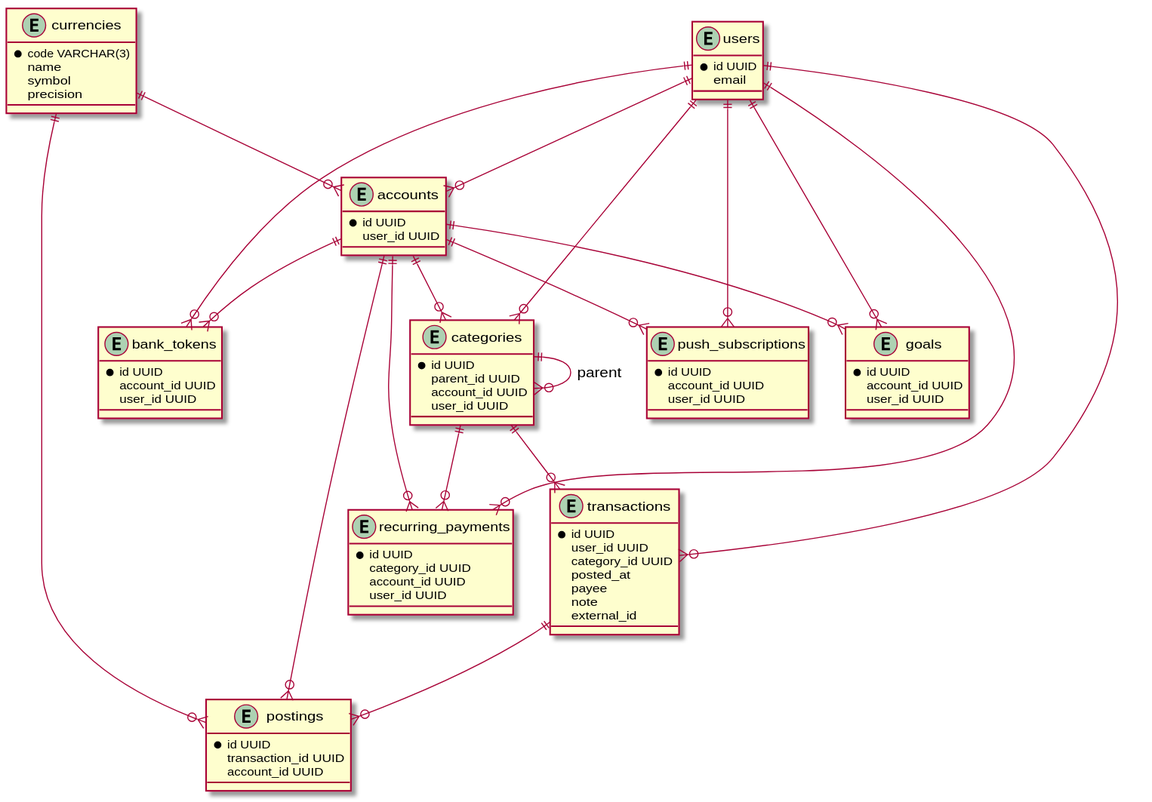
The PlantUML diagram docs/architecture/db-schema.svg in DaneliyaPavel/budget-machine, before a commit. Source of this version:
```plantuml
@startuml
entity users {
  *id UUID
  email
}
entity accounts {
  *id UUID
  user_id UUID
}
entity currencies {
  *code VARCHAR(3)
  name
  symbol
  precision
}
entity categories {
  *id UUID
  parent_id UUID
  account_id UUID
  user_id UUID
}
entity transactions {
  *id UUID
  user_id UUID
  category_id UUID
  posted_at
  payee
  note
  external_id
}
entity postings {
  *id UUID
  transaction_id UUID
  account_id UUID
}
entity goals {
  *id UUID
  account_id UUID
  user_id UUID
}
entity recurring_payments {
  *id UUID
  category_id UUID
  account_id UUID
  user_id UUID
}
entity bank_tokens {
  *id UUID
  account_id UUID
  user_id UUID
}
entity push_subscriptions {
  *id UUID
  account_id UUID
  user_id UUID
}

users ||--o{ accounts
users ||--o{ categories
users ||--o{ transactions
users ||--o{ goals
users ||--o{ recurring_payments
users ||--o{ bank_tokens
users ||--o{ push_subscriptions
accounts ||--o{ categories
accounts ||--o{ goals
accounts ||--o{ recurring_payments
accounts ||--o{ bank_tokens
accounts ||--o{ push_subscriptions
accounts ||--o{ postings
currencies ||--o{ accounts
currencies ||--o{ postings
categories ||--o{ transactions
categories ||--o{ recurring_payments
categories ||--o{ categories : parent
transactions ||--o{ postings
@enduml
```
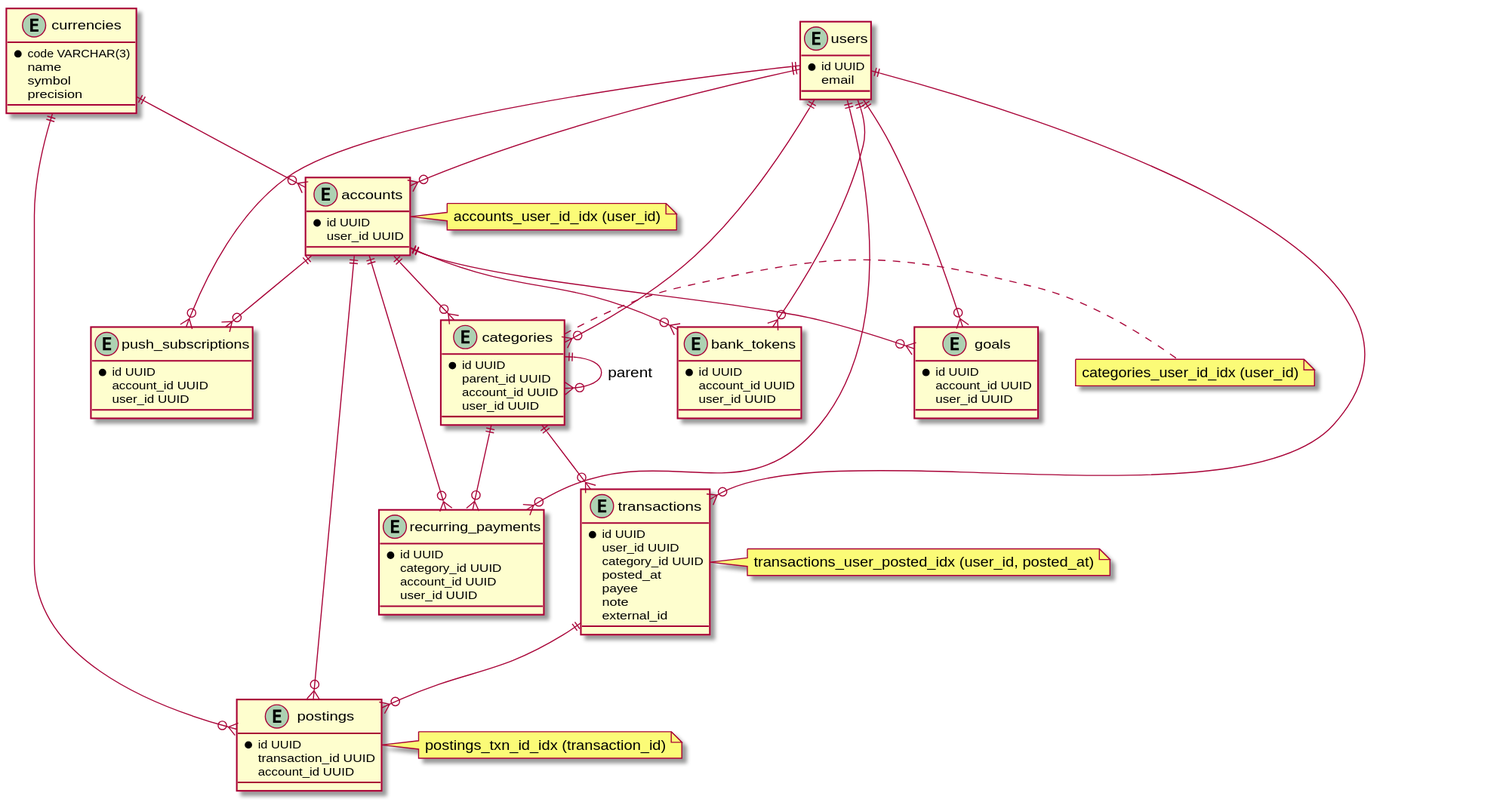
The same diagram one commit later.

Diff of the diagram source:
```diff
@@ -7,6 +7,9 @@
   *id UUID
   user_id UUID
 }
+note right of accounts
+  accounts_user_id_idx (user_id)
+end note
 entity currencies {
   *code VARCHAR(3)
   name
@@ -19,6 +22,9 @@
   account_id UUID
   user_id UUID
 }
+note right of categories
+  categories_user_id_idx (user_id)
+end note
 entity transactions {
   *id UUID
   user_id UUID
@@ -28,11 +34,17 @@
   note
   external_id
 }
+note right of transactions
+  transactions_user_posted_idx (user_id, posted_at)
+end note
 entity postings {
   *id UUID
   transaction_id UUID
   account_id UUID
 }
+note right of postings
+  postings_txn_id_idx (transaction_id)
+end note
 entity goals {
   *id UUID
   account_id UUID
```
